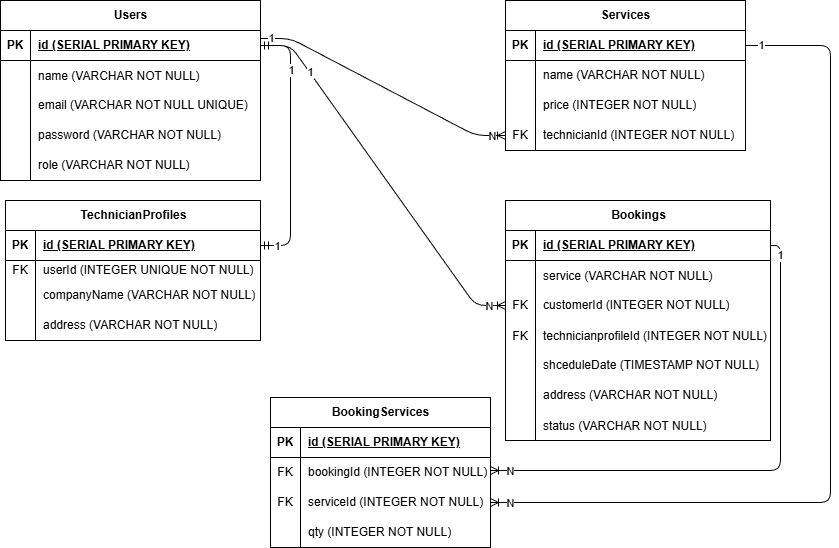
william-jan/pair-project-ac-service keeps this draw.io diagram as erd.drawio.png. Above is the earlier version. Source tidied: cells renumbered, new cells last; positions are measured from the earlier drawing's top-left corner, leaving out a move shared by most shapes.
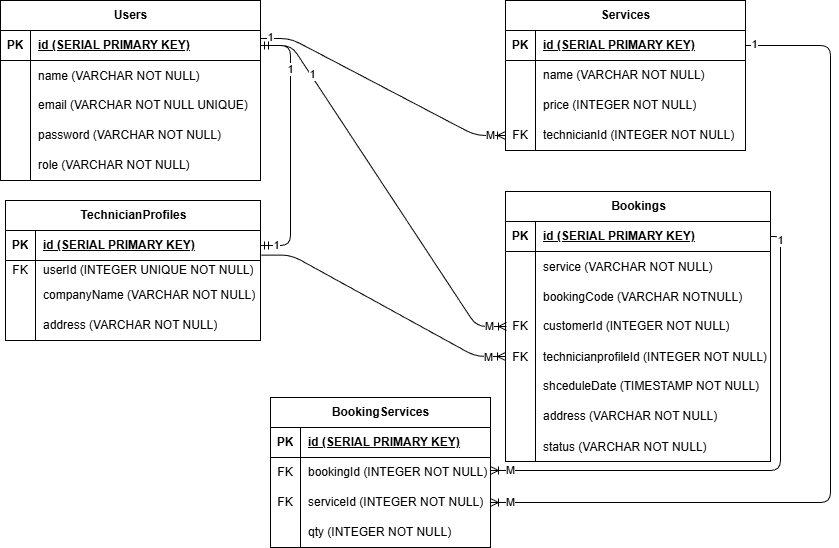
The same file after the commit.

Diff of the diagram source:
```diff
@@ -129,7 +129,7 @@
       <mxGeometry x="30" width="210" height="30" as="geometry" />
     </mxCell>
     <mxCell id="44" value="Bookings" style="shape=table;startSize=30;rowLines=0;fontStyle=1;align=center;html=1;" parent="1" vertex="1">
-      <mxGeometry x="505" y="200" width="265" height="240" as="geometry" />
+      <mxGeometry x="505" y="191" width="265" height="270" as="geometry" />
     </mxCell>
     <mxCell id="45" style="shape=tableRow;horizontal=0;startSize=0;swimlaneHead=0;swimlaneBody=0;fillColor=none;points=[[0,0.5],[1,0.5]];portConstraint=eastwest;top=0;left=0;right=0;bottom=1;" parent="44" vertex="1">
       <mxGeometry y="30" width="265" height="30" as="geometry" />
@@ -149,8 +149,17 @@
     <mxCell id="50" value="service (VARCHAR NOT NULL)" style="shape=partialRectangle;fillColor=none;top=0;left=0;bottom=0;right=0;align=left;spacingLeft=6;overflow=hidden;" parent="48" vertex="1">
       <mxGeometry x="30" width="235" height="30" as="geometry" />
     </mxCell>
+    <mxCell id="94" style="shape=tableRow;horizontal=0;startSize=0;swimlaneHead=0;swimlaneBody=0;fillColor=none;top=0;left=0;right=0;bottom=0;" parent="44" vertex="1">
+      <mxGeometry y="90" width="265" height="30" as="geometry" />
+    </mxCell>
+    <mxCell id="95" style="shape=partialRectangle;fillColor=none;top=0;left=0;bottom=0;right=0;overflow=hidden;" parent="94" vertex="1">
+      <mxGeometry width="30" height="30" as="geometry" />
+    </mxCell>
+    <mxCell id="96" value="bookingCode (VARCHAR NOTNULL)" style="shape=partialRectangle;fillColor=none;top=0;left=0;bottom=0;right=0;align=left;spacingLeft=6;overflow=hidden;" parent="94" vertex="1">
+      <mxGeometry x="30" width="235" height="30" as="geometry" />
+    </mxCell>
     <mxCell id="51" style="shape=tableRow;horizontal=0;startSize=0;swimlaneHead=0;swimlaneBody=0;fillColor=none;points=[[0,0.5],[1,0.5]];portConstraint=eastwest;top=0;left=0;right=0;bottom=0;" parent="44" vertex="1">
-      <mxGeometry y="90" width="265" height="30" as="geometry" />
+      <mxGeometry y="120" width="265" height="30" as="geometry" />
     </mxCell>
     <mxCell id="52" value="FK" style="shape=partialRectangle;fillColor=none;top=0;left=0;bottom=0;right=0;overflow=hidden;whiteSpace=wrap;html=1;" parent="51" vertex="1">
       <mxGeometry width="30" height="30" as="geometry" />
@@ -159,7 +168,7 @@
       <mxGeometry x="30" width="235" height="30" as="geometry" />
     </mxCell>
     <mxCell id="54" style="shape=tableRow;horizontal=0;startSize=0;swimlaneHead=0;swimlaneBody=0;fillColor=none;points=[[0,0.5],[1,0.5]];portConstraint=eastwest;top=0;left=0;right=0;bottom=0;" parent="44" vertex="1">
-      <mxGeometry y="120" width="265" height="30" as="geometry" />
+      <mxGeometry y="150" width="265" height="30" as="geometry" />
     </mxCell>
     <mxCell id="55" value="FK" style="shape=partialRectangle;fillColor=none;top=0;left=0;bottom=0;right=0;overflow=hidden;" parent="54" vertex="1">
       <mxGeometry width="30" height="30" as="geometry" />
@@ -168,7 +177,7 @@
       <mxGeometry x="30" width="235" height="30" as="geometry" />
     </mxCell>
     <mxCell id="57" style="shape=tableRow;horizontal=0;startSize=0;swimlaneHead=0;swimlaneBody=0;fillColor=none;top=0;left=0;right=0;bottom=0;" parent="44" vertex="1">
-      <mxGeometry y="150" width="265" height="30" as="geometry" />
+      <mxGeometry y="180" width="265" height="30" as="geometry" />
     </mxCell>
     <mxCell id="58" style="shape=partialRectangle;fillColor=none;top=0;left=0;bottom=0;right=0;overflow=hidden;whiteSpace=wrap;html=1;" parent="57" vertex="1">
       <mxGeometry width="30" height="30" as="geometry" />
@@ -177,7 +186,7 @@
       <mxGeometry x="30" width="235" height="30" as="geometry" />
     </mxCell>
     <mxCell id="60" style="shape=tableRow;horizontal=0;startSize=0;swimlaneHead=0;swimlaneBody=0;fillColor=none;top=0;left=0;right=0;bottom=0;" parent="44" vertex="1">
-      <mxGeometry y="180" width="265" height="30" as="geometry" />
+      <mxGeometry y="210" width="265" height="30" as="geometry" />
     </mxCell>
     <mxCell id="61" style="shape=partialRectangle;fillColor=none;top=0;left=0;bottom=0;right=0;overflow=hidden;whiteSpace=wrap;html=1;" parent="60" vertex="1">
       <mxGeometry width="30" height="30" as="geometry" />
@@ -186,7 +195,7 @@
       <mxGeometry x="30" width="235" height="30" as="geometry" />
     </mxCell>
     <mxCell id="63" style="shape=tableRow;horizontal=0;startSize=0;swimlaneHead=0;swimlaneBody=0;fillColor=none;top=0;left=0;right=0;bottom=0;" parent="44" vertex="1">
-      <mxGeometry y="210" width="265" height="30" as="geometry" />
+      <mxGeometry y="240" width="265" height="30" as="geometry" />
     </mxCell>
     <mxCell id="64" style="shape=partialRectangle;fillColor=none;top=0;left=0;bottom=0;right=0;overflow=hidden;" parent="63" vertex="1">
       <mxGeometry width="30" height="30" as="geometry" />
@@ -239,9 +248,9 @@
     <mxCell id="80" value="1" style="edgeLabel;html=1;align=center;verticalAlign=middle;" parent="79" vertex="1">
       <mxGeometry x="-0.92" y="1" relative="1" as="geometry" />
     </mxCell>
-    <mxCell id="81" value="N" style="edgeLabel;html=1;align=center;verticalAlign=middle;" parent="79" vertex="1">
+    <mxCell id="81" value="M" style="edgeLabel;html=1;align=center;verticalAlign=middle;" parent="79" vertex="1">
       <mxGeometry x="0.9" y="-2" relative="1" as="geometry">
-        <mxPoint x="-1" y="-2" as="offset" />
+        <mxPoint x="-2" y="-2" as="offset" />
       </mxGeometry>
     </mxCell>
     <mxCell id="82" style="edgeStyle=entityRelationEdgeStyle;fontSize=12;html=1;endArrow=ERmandOne;startArrow=ERmandOne;" parent="1" edge="1" source="19" target="3">
@@ -255,18 +264,20 @@
     <mxCell id="84" value="1" style="edgeLabel;html=1;align=center;verticalAlign=middle;" parent="82" vertex="1">
       <mxGeometry x="-0.88" relative="1" as="geometry" />
     </mxCell>
-    <mxCell id="85" style="edgeStyle=entityRelationEdgeStyle;fontSize=12;html=1;endArrow=ERoneToMany;exitX=1;exitY=0.5;exitDx=0;exitDy=0;" parent="1" edge="1" source="3" target="51">
+    <mxCell id="85" style="edgeStyle=entityRelationEdgeStyle;fontSize=12;html=1;endArrow=ERoneToMany;exitX=1;exitY=0.5;exitDx=0;exitDy=0;" parent="1" edge="1">
       <mxGeometry relative="1" as="geometry">
+        <mxPoint x="261" y="45" as="sourcePoint" />
+        <mxPoint x="506" y="326" as="targetPoint" />
         <Array as="points">
-          <mxPoint x="300" y="30" />
-          <mxPoint x="420" y="130" />
+          <mxPoint x="301" y="30" />
+          <mxPoint x="421" y="130" />
         </Array>
       </mxGeometry>
     </mxCell>
     <mxCell id="86" value="1" style="edgeLabel;html=1;align=center;verticalAlign=middle;" parent="85" vertex="1">
       <mxGeometry x="-0.67" y="1" relative="1" as="geometry" />
     </mxCell>
-    <mxCell id="87" value="N" style="edgeLabel;html=1;align=center;verticalAlign=middle;" parent="85" vertex="1">
+    <mxCell id="87" value="M" style="edgeLabel;html=1;align=center;verticalAlign=middle;" parent="85" vertex="1">
       <mxGeometry x="0.91" relative="1" as="geometry" />
     </mxCell>
     <mxCell id="88" style="edgeStyle=elbowEdgeStyle;fontSize=12;html=1;endArrow=ERoneToMany;elbow=vertical;exitX=1;exitY=0.5;exitDx=0;exitDy=0;entryX=1;entryY=0.5;entryDx=0;entryDy=0;" parent="1" edge="1" source="32" target="73">
@@ -279,10 +290,10 @@
     </mxCell>
     <mxCell id="89" value="1" style="edgeLabel;html=1;align=center;verticalAlign=middle;" parent="88" vertex="1">
       <mxGeometry x="-0.96" relative="1" as="geometry">
-        <mxPoint x="-4" y="-1" as="offset" />
+        <mxPoint x="-11" y="-1" as="offset" />
       </mxGeometry>
     </mxCell>
-    <mxCell id="90" value="N" style="edgeLabel;html=1;align=center;verticalAlign=middle;" parent="88" vertex="1">
+    <mxCell id="90" value="M" style="edgeLabel;html=1;align=center;verticalAlign=middle;" parent="88" vertex="1">
       <mxGeometry x="0.96" y="1" relative="1" as="geometry">
         <mxPoint y="-1" as="offset" />
       </mxGeometry>
@@ -290,18 +301,28 @@
     <mxCell id="91" style="edgeStyle=orthogonalEdgeStyle;fontSize=12;html=1;endArrow=ERoneToMany;exitX=1;exitY=0.5;exitDx=0;exitDy=0;" parent="1" edge="1" source="45" target="70">
       <mxGeometry relative="1" as="geometry">
         <Array as="points">
-          <mxPoint x="780" y="245" />
+          <mxPoint x="780" y="236" />
           <mxPoint x="780" y="470" />
         </Array>
       </mxGeometry>
     </mxCell>
-    <mxCell id="92" value="N" style="edgeLabel;html=1;align=center;verticalAlign=middle;" parent="91" vertex="1">
+    <mxCell id="92" value="M" style="edgeLabel;html=1;align=center;verticalAlign=middle;" parent="91" vertex="1">
       <mxGeometry x="0.93" y="-3" relative="1" as="geometry">
         <mxPoint x="2" y="3" as="offset" />
       </mxGeometry>
     </mxCell>
     <mxCell id="93" value="1" style="edgeLabel;html=1;align=center;verticalAlign=middle;" parent="91" vertex="1">
-      <mxGeometry x="-0.93" y="-1" relative="1" as="geometry" />
+      <mxGeometry x="-0.93" y="-1" relative="1" as="geometry">
+        <mxPoint x="1" y="-5" as="offset" />
+      </mxGeometry>
     </mxCell>
+    <mxCell id="97" style="edgeStyle=entityRelationEdgeStyle;fontSize=12;html=1;endArrow=ERoneToMany;exitX=1.003;exitY=0.819;exitDx=0;exitDy=0;exitPerimeter=0;entryX=0;entryY=0.5;entryDx=0;entryDy=0;" parent="1" edge="1" source="19" target="54">
+      <mxGeometry relative="1" as="geometry" />
+    </mxCell>
+    <mxCell id="98" value="M" style="edgeLabel;html=1;align=center;verticalAlign=middle;" parent="97" vertex="1">
+      <mxGeometry x="0.89" y="-1" relative="1" as="geometry">
+        <mxPoint x="-3" as="offset" />
+      </mxGeometry>
+    </mxCell>
   </root>
 </mxGraphModel>
```
